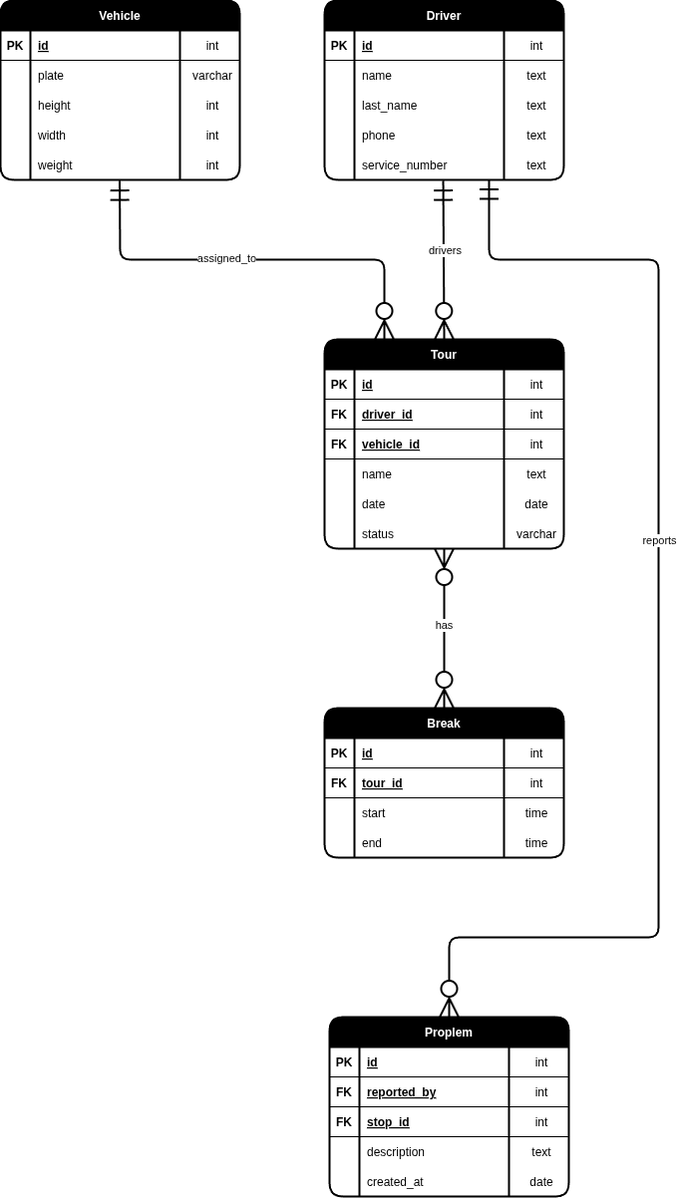
Earlier version of the draw.io export docs/database/erd.drawio.png (gabrielbindi/VoBi-Tour). Source tidied: cells renumbered, new cells last; positions are measured from the earlier drawing's top-left corner, leaving out a move shared by most shapes.
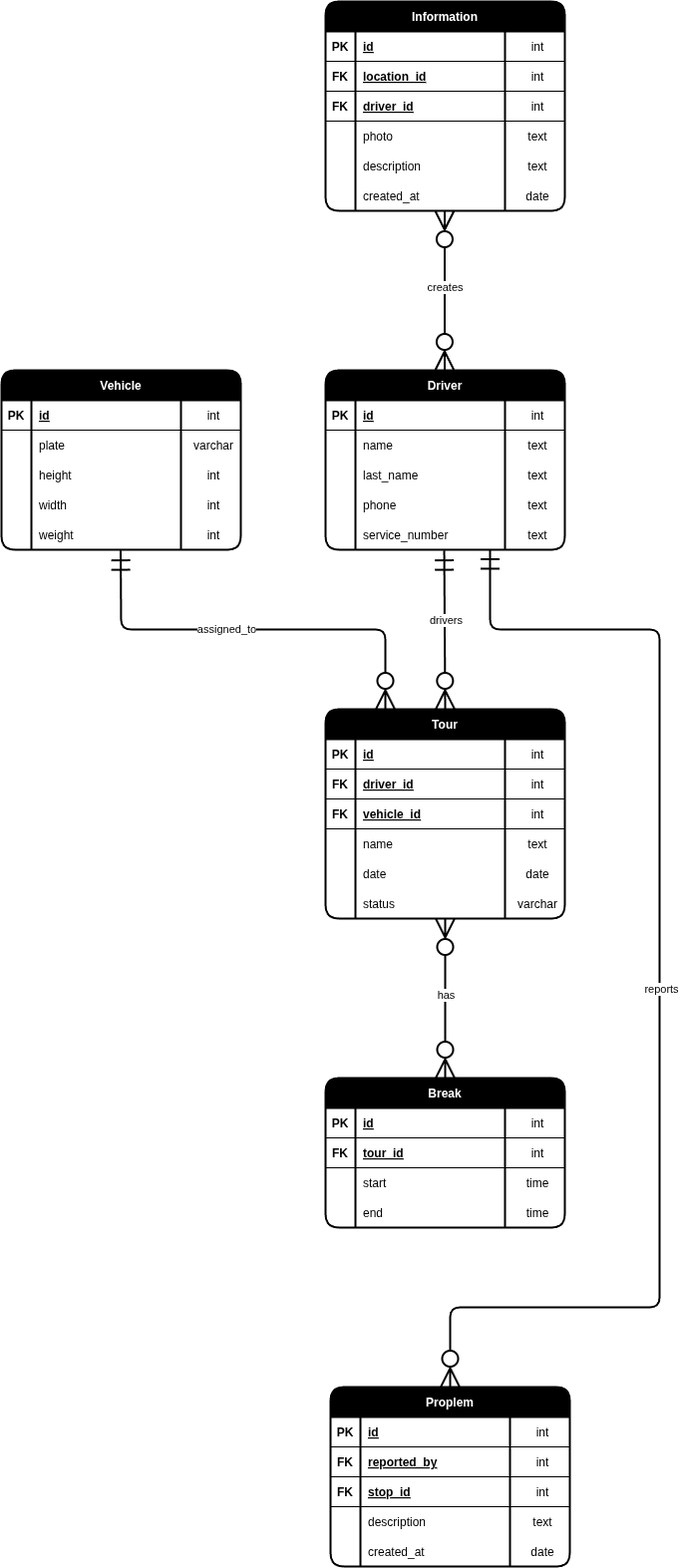
Later version of the same file.

Commit message:
#19 Information added many to many

Change to the diagram source:
```diff
@@ -278,7 +278,9 @@
       </mxGeometry>
     </mxCell>
     <mxCell id="91" value="reports" style="edgeLabel;html=1;align=center;verticalAlign=middle;" parent="90" vertex="1">
-      <mxGeometry x="-0.13" y="1" relative="1" as="geometry" />
+      <mxGeometry x="-0.13" y="1" relative="1" as="geometry">
+        <mxPoint y="78" as="offset" />
+      </mxGeometry>
     </mxCell>
     <mxCell id="92" value="Vehicle" style="shape=table;startSize=30;rowLines=0;fontStyle=1;align=center;swimlaneFillColor=none;fillColor=#000000;fontColor=#FFFFFF;strokeWidth=2;rounded=1;" parent="1" vertex="1">
       <mxGeometry width="240" height="180" as="geometry" />
@@ -355,5 +357,89 @@
     <mxCell id="114" value="assigned_to" style="edgeLabel;html=1;align=center;verticalAlign=middle;" parent="113" vertex="1">
       <mxGeometry x="-0.13" y="1" relative="1" as="geometry" />
     </mxCell>
+    <mxCell id="115" value="Information" style="shape=table;startSize=30;rowLines=0;fontStyle=1;align=center;swimlaneFillColor=none;fillColor=#000000;fontColor=#FFFFFF;strokeWidth=2;rounded=1;" parent="1" vertex="1">
+      <mxGeometry x="325" y="-370" width="240" height="210" as="geometry" />
+    </mxCell>
+    <mxCell id="116" style="shape=tableRow;horizontal=0;startSize=0;swimlaneHead=0;swimlaneBody=0;fillColor=none;top=0;left=0;right=0;bottom=1;" parent="115" vertex="1">
+      <mxGeometry y="30" width="240" height="30" as="geometry" />
+    </mxCell>
+    <mxCell id="117" value="PK" style="shape=partialRectangle;fillColor=none;top=0;left=0;bottom=0;right=0;fontStyle=1;overflow=hidden;" parent="116" vertex="1">
+      <mxGeometry width="30" height="30" as="geometry" />
+    </mxCell>
+    <mxCell id="118" value="id" style="shape=partialRectangle;fillColor=none;top=0;left=0;bottom=0;right=0;align=left;spacingLeft=6;fontStyle=5;overflow=hidden;" parent="116" vertex="1">
+      <mxGeometry x="30" width="150" height="30" as="geometry" />
+    </mxCell>
+    <mxCell id="119" value="int" style="shape=partialRectangle;fillColor=none;top=0;left=0;bottom=0;right=0;align=center;spacingLeft=6;fontStyle=0;overflow=hidden;" parent="116" vertex="1">
+      <mxGeometry x="180" width="60" height="30" as="geometry" />
+    </mxCell>
+    <mxCell id="120" style="shape=tableRow;horizontal=0;startSize=0;swimlaneHead=0;swimlaneBody=0;fillColor=none;top=0;left=0;right=0;bottom=1;" parent="115" vertex="1">
+      <mxGeometry y="60" width="240" height="30" as="geometry" />
+    </mxCell>
+    <mxCell id="121" value="FK" style="shape=partialRectangle;fillColor=none;top=0;left=0;bottom=0;right=0;fontStyle=1;overflow=hidden;" parent="120" vertex="1">
+      <mxGeometry width="30" height="30" as="geometry" />
+    </mxCell>
+    <mxCell id="122" value="location_id" style="shape=partialRectangle;fillColor=none;top=0;left=0;bottom=0;right=0;align=left;spacingLeft=6;fontStyle=5;overflow=hidden;" parent="120" vertex="1">
+      <mxGeometry x="30" width="150" height="30" as="geometry" />
+    </mxCell>
+    <mxCell id="123" value="int" style="shape=partialRectangle;fillColor=none;top=0;left=0;bottom=0;right=0;align=center;spacingLeft=6;fontStyle=0;overflow=hidden;" parent="120" vertex="1">
+      <mxGeometry x="180" width="60" height="30" as="geometry" />
+    </mxCell>
+    <mxCell id="124" style="shape=tableRow;horizontal=0;startSize=0;swimlaneHead=0;swimlaneBody=0;fillColor=none;top=0;left=0;right=0;bottom=1;" parent="115" vertex="1">
+      <mxGeometry y="90" width="240" height="30" as="geometry" />
+    </mxCell>
+    <mxCell id="125" value="FK" style="shape=partialRectangle;fillColor=none;top=0;left=0;bottom=0;right=0;fontStyle=1;overflow=hidden;" parent="124" vertex="1">
+      <mxGeometry width="30" height="30" as="geometry" />
+    </mxCell>
+    <mxCell id="126" value="driver_id" style="shape=partialRectangle;fillColor=none;top=0;left=0;bottom=0;right=0;align=left;spacingLeft=6;fontStyle=5;overflow=hidden;" parent="124" vertex="1">
+      <mxGeometry x="30" width="150" height="30" as="geometry" />
+    </mxCell>
+    <mxCell id="127" value="int" style="shape=partialRectangle;fillColor=none;top=0;left=0;bottom=0;right=0;align=center;spacingLeft=6;fontStyle=0;overflow=hidden;" parent="124" vertex="1">
+      <mxGeometry x="180" width="60" height="30" as="geometry" />
+    </mxCell>
+    <mxCell id="128" style="shape=tableRow;horizontal=0;startSize=0;swimlaneHead=0;swimlaneBody=0;fillColor=none;top=0;left=0;right=0;bottom=0;" parent="115" vertex="1">
+      <mxGeometry y="120" width="240" height="30" as="geometry" />
+    </mxCell>
+    <mxCell id="129" style="shape=partialRectangle;fillColor=none;top=0;left=0;bottom=0;right=0;overflow=hidden;" parent="128" vertex="1">
+      <mxGeometry width="30" height="30" as="geometry" />
+    </mxCell>
+    <mxCell id="130" value="photo" style="shape=partialRectangle;fillColor=none;top=0;left=0;bottom=0;right=0;align=left;spacingLeft=6;overflow=hidden;" parent="128" vertex="1">
+      <mxGeometry x="30" width="150" height="30" as="geometry" />
+    </mxCell>
+    <mxCell id="131" value="text" style="shape=partialRectangle;fillColor=none;top=0;left=0;bottom=0;right=0;align=center;spacingLeft=6;overflow=hidden;" parent="128" vertex="1">
+      <mxGeometry x="180" width="60" height="30" as="geometry" />
+    </mxCell>
+    <mxCell id="132" style="shape=tableRow;horizontal=0;startSize=0;swimlaneHead=0;swimlaneBody=0;fillColor=none;top=0;left=0;right=0;bottom=0;" parent="115" vertex="1">
+      <mxGeometry y="150" width="240" height="30" as="geometry" />
+    </mxCell>
+    <mxCell id="133" style="shape=partialRectangle;fillColor=none;top=0;left=0;bottom=0;right=0;overflow=hidden;" parent="132" vertex="1">
+      <mxGeometry width="30" height="30" as="geometry" />
+    </mxCell>
+    <mxCell id="134" value="description" style="shape=partialRectangle;fillColor=none;top=0;left=0;bottom=0;right=0;align=left;spacingLeft=6;overflow=hidden;" parent="132" vertex="1">
+      <mxGeometry x="30" width="150" height="30" as="geometry" />
+    </mxCell>
+    <mxCell id="135" value="text" style="shape=partialRectangle;fillColor=none;top=0;left=0;bottom=0;right=0;align=center;spacingLeft=6;overflow=hidden;" parent="132" vertex="1">
+      <mxGeometry x="180" width="60" height="30" as="geometry" />
+    </mxCell>
+    <mxCell id="136" style="shape=tableRow;horizontal=0;startSize=0;swimlaneHead=0;swimlaneBody=0;fillColor=none;top=0;left=0;right=0;bottom=0;" parent="115" vertex="1">
+      <mxGeometry y="180" width="240" height="30" as="geometry" />
+    </mxCell>
+    <mxCell id="137" style="shape=partialRectangle;fillColor=none;top=0;left=0;bottom=0;right=0;overflow=hidden;" parent="136" vertex="1">
+      <mxGeometry width="30" height="30" as="geometry" />
+    </mxCell>
+    <mxCell id="138" value="created_at" style="shape=partialRectangle;fillColor=none;top=0;left=0;bottom=0;right=0;align=left;spacingLeft=6;overflow=hidden;" parent="136" vertex="1">
+      <mxGeometry x="30" width="150" height="30" as="geometry" />
+    </mxCell>
+    <mxCell id="139" value="date" style="shape=partialRectangle;fillColor=none;top=0;left=0;bottom=0;right=0;align=center;spacingLeft=6;overflow=hidden;" parent="136" vertex="1">
+      <mxGeometry x="180" width="60" height="30" as="geometry" />
+    </mxCell>
+    <mxCell id="140" style="fontSize=12;html=1;endArrow=ERzeroToMany;endFill=1;startArrow=ERzeroToMany;endSize=16;startSize=16;strokeWidth=2;entryX=0.5;entryY=1;entryDx=0;entryDy=0;exitX=0.5;exitY=0;exitDx=0;exitDy=0;" parent="1" edge="1">
+      <mxGeometry relative="1" as="geometry">
+        <mxPoint x="444.4" as="sourcePoint" />
+        <mxPoint x="444.4" y="-160" as="targetPoint" />
+      </mxGeometry>
+    </mxCell>
+    <mxCell id="141" value="creates" style="edgeLabel;html=1;align=center;verticalAlign=middle;" parent="140" vertex="1">
+      <mxGeometry x="0.05" relative="1" as="geometry" />
+    </mxCell>
   </root>
 </mxGraphModel>
```
